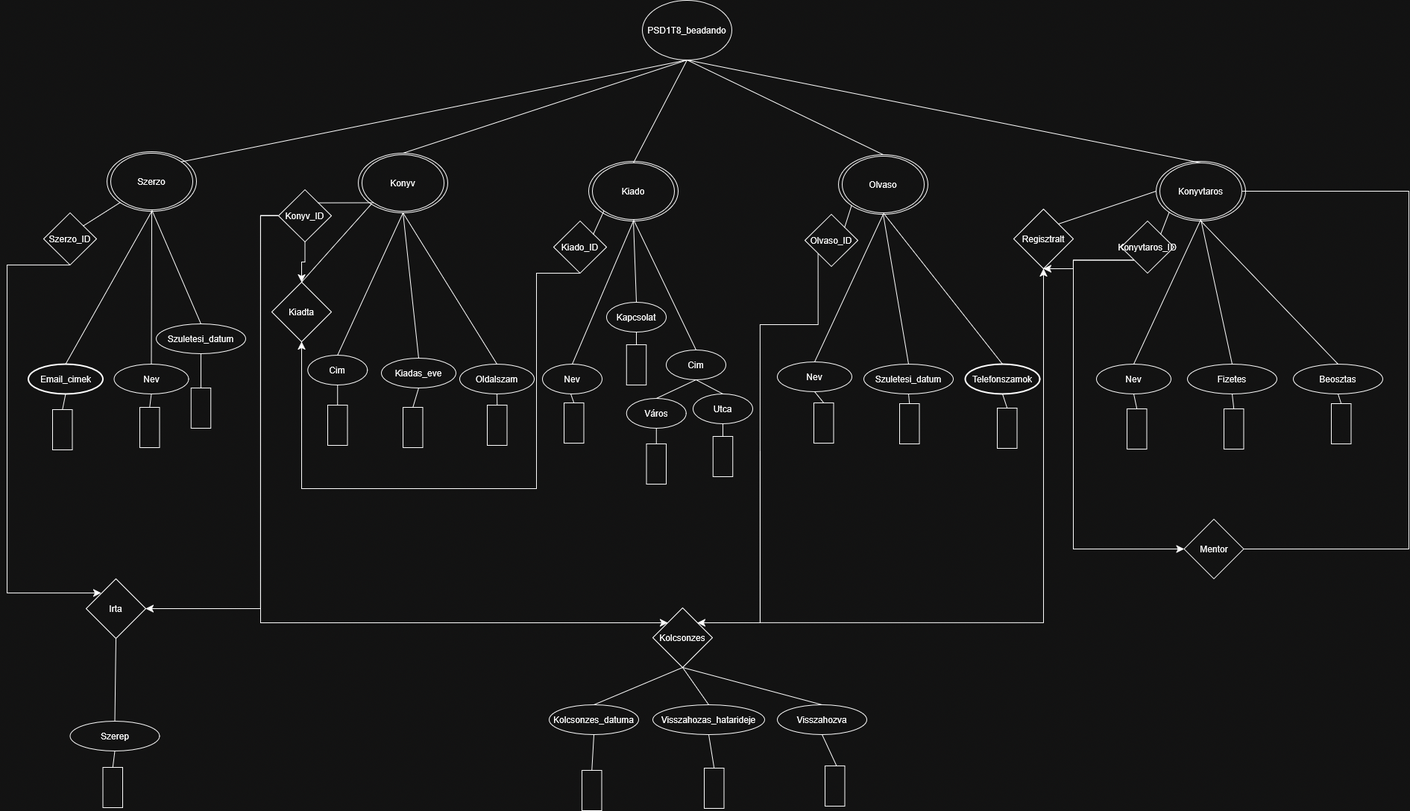
BucskoGabor/PSD1T8WebXML keeps this draw.io diagram as PSD1T8_XMLTask/PSD1T8_XDM.png. Above is the earlier version. Source tidied: cells renumbered, new cells last; positions are measured from the earlier drawing's top-left corner, leaving out a move shared by most shapes.
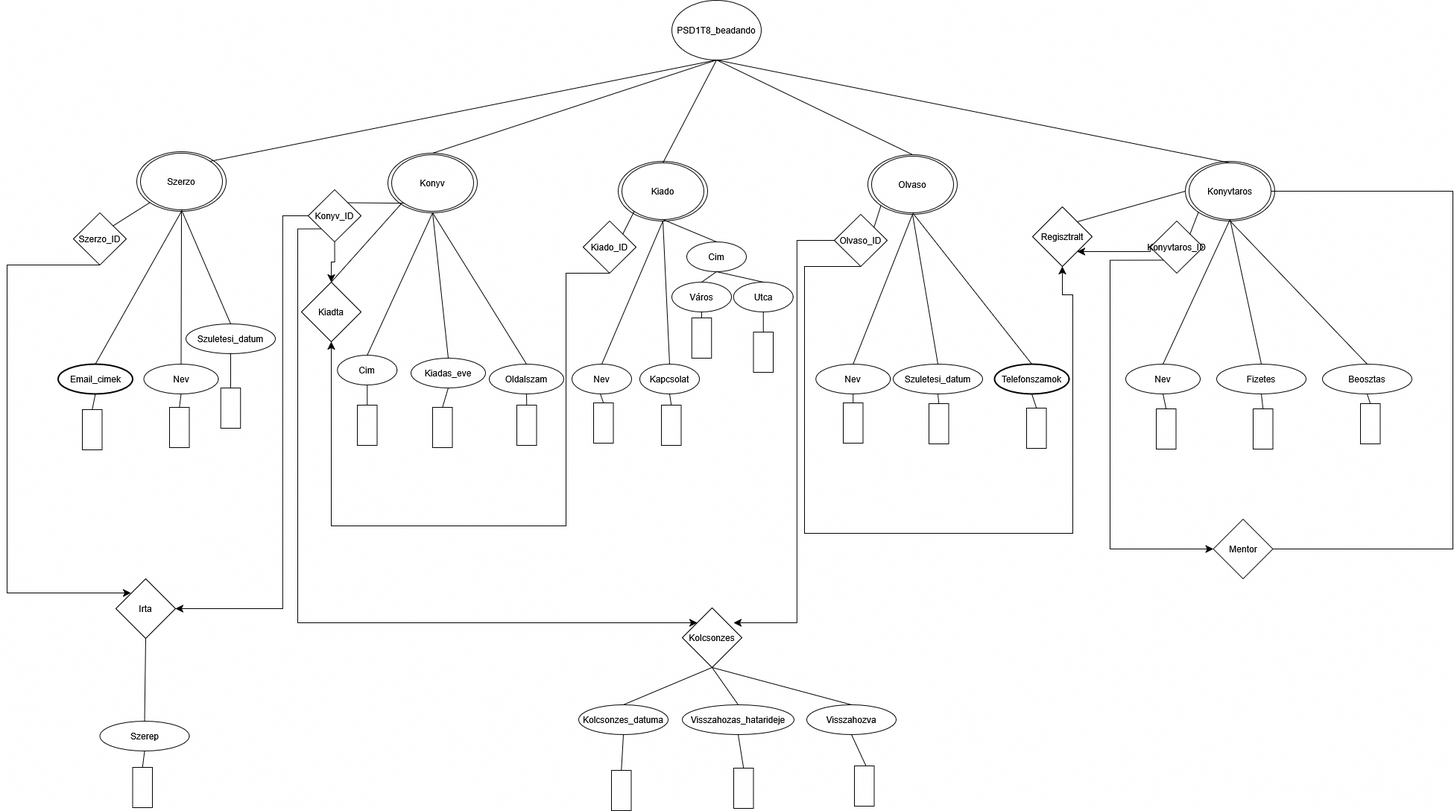
After the commit.

What changed in the source:
```diff
@@ -72,19 +72,19 @@
       <mxGeometry x="718" y="488" width="80" height="40" as="geometry" />
     </mxCell>
     <mxCell id="25" value="Kapcsolat" style="ellipse;whiteSpace=wrap;html=1;align=center;" parent="1" vertex="1">
-      <mxGeometry x="804" y="405" width="80" height="40" as="geometry" />
+      <mxGeometry x="809" y="488" width="80" height="40" as="geometry" />
     </mxCell>
     <mxCell id="26" value="Cim" style="ellipse;whiteSpace=wrap;html=1;align=center;" parent="1" vertex="1">
-      <mxGeometry x="884" y="469" width="80" height="40" as="geometry" />
+      <mxGeometry x="872" y="324" width="80" height="40" as="geometry" />
     </mxCell>
     <mxCell id="27" value="Város" style="ellipse;whiteSpace=wrap;html=1;align=center;" parent="1" vertex="1">
-      <mxGeometry x="830.8" y="534" width="80" height="40" as="geometry" />
+      <mxGeometry x="852" y="378" width="80" height="40" as="geometry" />
     </mxCell>
     <mxCell id="28" value="Utca" style="ellipse;whiteSpace=wrap;html=1;align=center;" parent="1" vertex="1">
-      <mxGeometry x="920" y="528" width="80" height="40" as="geometry" />
+      <mxGeometry x="934.8" y="378" width="80" height="40" as="geometry" />
     </mxCell>
     <mxCell id="29" value="Nev" style="ellipse;whiteSpace=wrap;html=1;align=center;" parent="1" vertex="1">
-      <mxGeometry x="1033" y="485" width="100" height="40" as="geometry" />
+      <mxGeometry x="1045.2" y="488" width="100" height="40" as="geometry" />
     </mxCell>
     <mxCell id="30" value="Szuletesi_datum" style="ellipse;whiteSpace=wrap;html=1;align=center;" parent="1" vertex="1">
       <mxGeometry x="1149" y="488" width="120" height="40" as="geometry" />
@@ -122,15 +122,15 @@
     <mxCell id="41" style="rounded=0;whiteSpace=wrap;html=1;" parent="1" vertex="1">
       <mxGeometry x="747" y="540" width="26.5" height="54" as="geometry" />
     </mxCell>
-    <mxCell id="42" style="rounded=0;whiteSpace=wrap;html=1;" parent="1" vertex="1">
-      <mxGeometry x="830.8" y="462" width="26.5" height="54" as="geometry" />
-    </mxCell>
-    <mxCell id="43" style="rounded=0;whiteSpace=wrap;html=1;" parent="1" vertex="1">
-      <mxGeometry x="857.5" y="595" width="26.5" height="54" as="geometry" />
-    </mxCell>
-    <mxCell id="44" style="rounded=0;whiteSpace=wrap;html=1;" parent="1" vertex="1">
-      <mxGeometry x="946.8" y="585" width="26.5" height="54" as="geometry" />
-    </mxCell>
+    <mxCell id="127" style="rounded=0;whiteSpace=wrap;html=1;" parent="1" vertex="1">
+      <mxGeometry x="838" y="543" width="26.5" height="54" as="geometry" />
+    </mxCell>
+    <mxCell id="128" style="rounded=0;whiteSpace=wrap;html=1;" parent="1" vertex="1">
+      <mxGeometry x="878.8" y="426" width="26.5" height="54" as="geometry" />
+    </mxCell>
+    <mxCell id="129" style="rounded=0;whiteSpace=wrap;html=1;" parent="1" vertex="1">
+      <mxGeometry x="961.5" y="445" width="26.5" height="54" as="geometry" />
+    </mxCell>
     <mxCell id="45" style="rounded=0;whiteSpace=wrap;html=1;" parent="1" vertex="1">
       <mxGeometry x="1082" y="540" width="26.5" height="54" as="geometry" />
     </mxCell>
@@ -182,15 +182,15 @@
     <mxCell id="61" style="endArrow=none;html=1;rounded=0;fontSize=12;startSize=8;endSize=8;curved=1;exitX=0.5;exitY=0;exitDx=0;exitDy=0;entryX=0.475;entryY=1;entryDx=0;entryDy=0;entryPerimeter=0;" parent="1" edge="1" source="41" target="24">
       <mxGeometry relative="1" as="geometry" />
     </mxCell>
-    <mxCell id="62" style="endArrow=none;html=1;rounded=0;fontSize=12;startSize=8;endSize=8;curved=1;exitX=0.5;exitY=0;exitDx=0;exitDy=0;entryX=0.5;entryY=1;entryDx=0;entryDy=0;" parent="1" edge="1" source="42" target="25">
-      <mxGeometry relative="1" as="geometry" />
-    </mxCell>
-    <mxCell id="63" style="endArrow=none;html=1;rounded=0;fontSize=12;startSize=8;endSize=8;curved=1;exitX=0.5;exitY=0;exitDx=0;exitDy=0;entryX=0.5;entryY=1;entryDx=0;entryDy=0;" parent="1" edge="1" source="43" target="27">
-      <mxGeometry relative="1" as="geometry" />
-    </mxCell>
-    <mxCell id="64" style="endArrow=none;html=1;rounded=0;fontSize=12;startSize=8;endSize=8;curved=1;exitX=0.5;exitY=0;exitDx=0;exitDy=0;entryX=0.5;entryY=1;entryDx=0;entryDy=0;" parent="1" edge="1" source="44" target="28">
-      <mxGeometry relative="1" as="geometry" />
-    </mxCell>
+    <mxCell id="130" style="endArrow=none;html=1;rounded=0;fontSize=12;startSize=8;endSize=8;curved=1;exitX=0.5;exitY=0;exitDx=0;exitDy=0;entryX=0.5;entryY=1;entryDx=0;entryDy=0;" parent="1" edge="1" source="127" target="25">
+      <mxGeometry relative="1" as="geometry" />
+    </mxCell>
+    <mxCell id="131" style="endArrow=none;html=1;rounded=0;fontSize=12;startSize=8;endSize=8;curved=1;exitX=0.5;exitY=0;exitDx=0;exitDy=0;entryX=0.5;entryY=1;entryDx=0;entryDy=0;" parent="1" edge="1" source="128" target="27">
+      <mxGeometry relative="1" as="geometry" />
+    </mxCell>
+    <mxCell id="132" style="endArrow=none;html=1;rounded=0;fontSize=12;startSize=8;endSize=8;curved=1;exitX=0.5;exitY=0;exitDx=0;exitDy=0;entryX=0.5;entryY=1;entryDx=0;entryDy=0;" parent="1" edge="1" source="129" target="28">
+      <mxGeometry relative="1" as="geometry" />
+    </mxCell>
     <mxCell id="65" style="endArrow=none;html=1;rounded=0;fontSize=12;startSize=8;endSize=8;curved=1;exitX=0.5;exitY=0;exitDx=0;exitDy=0;entryX=0.5;entryY=1;entryDx=0;entryDy=0;" parent="1" edge="1" source="28" target="26">
       <mxGeometry relative="1" as="geometry" />
     </mxCell>
@@ -291,8 +291,8 @@
       <mxGeometry relative="1" as="geometry">
         <Array as="points">
           <mxPoint x="710" y="366" />
-          <mxPoint x="710" y="655" />
-          <mxPoint x="395" y="655" />
+          <mxPoint x="710" y="705" />
+          <mxPoint x="395" y="705" />
         </Array>
       </mxGeometry>
     </mxCell>
@@ -302,16 +302,16 @@
     <mxCell id="99" style="endArrow=classic;html=1;rounded=0;fontSize=12;startSize=8;endSize=8;exitX=0;exitY=0.5;exitDx=0;exitDy=0;entryX=1;entryY=0.5;entryDx=0;entryDy=0;edgeStyle=orthogonalEdgeStyle;" parent="1" edge="1" source="14" target="98">
       <mxGeometry relative="1" as="geometry">
         <Array as="points">
-          <mxPoint x="340" y="289" />
-          <mxPoint x="340" y="816" />
+          <mxPoint x="330" y="289" />
+          <mxPoint x="330" y="816" />
         </Array>
       </mxGeometry>
     </mxCell>
     <mxCell id="100" style="endArrow=classic;html=1;rounded=0;fontSize=12;startSize=8;endSize=8;exitX=0.5;exitY=1;exitDx=0;exitDy=0;entryX=0;entryY=0;entryDx=0;entryDy=0;edgeStyle=orthogonalEdgeStyle;" parent="1" edge="1" source="13" target="98">
       <mxGeometry relative="1" as="geometry">
         <Array as="points">
-          <mxPoint y="355" />
-          <mxPoint y="795" />
+          <mxPoint x="-40" y="355" />
+          <mxPoint x="-40" y="795" />
         </Array>
       </mxGeometry>
     </mxCell>
@@ -348,23 +348,23 @@
     <mxCell id="111" style="endArrow=none;html=1;rounded=0;fontSize=12;startSize=8;endSize=8;curved=1;exitX=0.5;exitY=0;exitDx=0;exitDy=0;entryX=0.5;entryY=1;entryDx=0;entryDy=0;" parent="1" edge="1" source="108" target="105">
       <mxGeometry relative="1" as="geometry" />
     </mxCell>
-    <mxCell id="112" style="endArrow=classic;html=1;rounded=0;fontSize=12;startSize=8;endSize=8;exitX=-0.002;exitY=0.493;exitDx=0;exitDy=0;entryX=0;entryY=0;entryDx=0;entryDy=0;edgeStyle=orthogonalEdgeStyle;exitPerimeter=0;" parent="1" edge="1" source="14" target="105">
+    <mxCell id="112" style="endArrow=classic;html=1;rounded=0;fontSize=12;startSize=8;endSize=8;exitX=0;exitY=1;exitDx=0;exitDy=0;entryX=0;entryY=0;entryDx=0;entryDy=0;edgeStyle=orthogonalEdgeStyle;" parent="1" edge="1" source="14" target="105">
       <mxGeometry relative="1" as="geometry">
         <Array as="points">
-          <mxPoint x="340" y="289" />
-          <mxPoint x="340" y="835" />
+          <mxPoint x="350" y="307" />
+          <mxPoint x="350" y="835" />
         </Array>
       </mxGeometry>
     </mxCell>
-    <mxCell id="113" style="endArrow=classic;html=1;rounded=0;fontSize=12;startSize=8;endSize=8;exitX=0;exitY=1;exitDx=0;exitDy=0;entryX=1;entryY=0;entryDx=0;entryDy=0;edgeStyle=orthogonalEdgeStyle;" parent="1" edge="1" source="16" target="105">
-      <mxGeometry relative="1" as="geometry">
-        <Array as="points">
-          <mxPoint x="1088" y="435" />
-          <mxPoint x="1010" y="435" />
-          <mxPoint x="1010" y="835" />
-        </Array>
-      </mxGeometry>
-    </mxCell>
+    <mxCell id="133" style="endArrow=classic;html=1;rounded=0;fontSize=12;startSize=8;endSize=8;exitX=0;exitY=0.5;exitDx=0;exitDy=0;entryX=1;entryY=0;entryDx=0;entryDy=0;edgeStyle=orthogonalEdgeStyle;" parent="1" edge="1" source="16">
+      <mxGeometry relative="1" as="geometry">
+        <mxPoint x="935" y="835" as="targetPoint" />
+        <Array as="points">
+          <mxPoint x="1020" y="322" />
+          <mxPoint x="1020" y="835" />
+        </Array>
+      </mxGeometry>
+    </mxCell>
     <mxCell id="114" style="rounded=0;whiteSpace=wrap;html=1;" parent="1" vertex="1">
       <mxGeometry x="771" y="1033" width="26.5" height="54" as="geometry" />
     </mxCell>
@@ -380,31 +380,29 @@
     <mxCell id="118" style="endArrow=none;html=1;rounded=0;fontSize=12;startSize=8;endSize=8;curved=1;exitX=0.5;exitY=0;exitDx=0;exitDy=0;entryX=0.5;entryY=1;entryDx=0;entryDy=0;" parent="1" edge="1" source="114" target="106">
       <mxGeometry relative="1" as="geometry" />
     </mxCell>
-    <mxCell id="119" style="endArrow=none;html=1;rounded=0;fontSize=12;startSize=8;endSize=8;curved=1;entryX=0.5;entryY=1;entryDx=0;entryDy=0;" parent="1" edge="1" target="108">
-      <mxGeometry relative="1" as="geometry">
-        <mxPoint x="1112" y="1026" as="sourcePoint" />
-      </mxGeometry>
-    </mxCell>
+    <mxCell id="134" style="endArrow=none;html=1;rounded=0;fontSize=12;startSize=8;endSize=8;curved=1;entryX=0.5;entryY=1;entryDx=0;entryDy=0;" parent="1" edge="1" target="108">
+      <mxGeometry relative="1" as="geometry">
+        <mxPoint x="1112" y="1026" as="sourcePoint" />
+      </mxGeometry>
+    </mxCell>
     <mxCell id="120" value="Regisztralt" style="rhombus;whiteSpace=wrap;html=1;" parent="1" vertex="1">
-      <mxGeometry x="1350" y="280" width="80" height="80" as="geometry" />
+      <mxGeometry x="1336" y="277" width="80" height="80" as="geometry" />
     </mxCell>
-    <mxCell id="121" style="endArrow=classic;html=1;rounded=0;fontSize=12;startSize=8;endSize=8;entryX=0.5;entryY=1;entryDx=0;entryDy=0;edgeStyle=orthogonalEdgeStyle;" parent="1" edge="1" target="120">
-      <mxGeometry relative="1" as="geometry">
-        <mxPoint x="1010" y="605" as="sourcePoint" />
-        <Array as="points">
-          <mxPoint x="1010" y="605" />
-          <mxPoint x="1010" y="835" />
-          <mxPoint x="1390" y="835" />
-          <mxPoint x="1390" y="405" />
-          <mxPoint x="1376" y="405" />
-        </Array>
-      </mxGeometry>
-    </mxCell>
+    <mxCell id="135" style="endArrow=classic;html=1;rounded=0;fontSize=12;startSize=8;endSize=8;entryX=0.5;entryY=1;entryDx=0;entryDy=0;edgeStyle=orthogonalEdgeStyle;exitX=0.5;exitY=1;exitDx=0;exitDy=0;" parent="1" edge="1" source="16" target="120">
+      <mxGeometry relative="1" as="geometry">
+        <Array as="points">
+          <mxPoint x="1030" y="357" />
+          <mxPoint x="1030" y="715" />
+          <mxPoint x="1390" y="715" />
+          <mxPoint x="1390" y="395" />
+          <mxPoint x="1376" y="395" />
+        </Array>
+      </mxGeometry>
+    </mxCell>
-    <mxCell id="122" style="endArrow=classic;html=1;rounded=0;fontSize=12;startSize=8;endSize=8;exitX=0;exitY=1;exitDx=0;exitDy=0;entryX=0.5;entryY=1;entryDx=0;entryDy=0;edgeStyle=orthogonalEdgeStyle;" parent="1" edge="1" source="17" target="120">
+    <mxCell id="122" style="endArrow=classic;html=1;rounded=0;fontSize=12;startSize=8;endSize=8;exitX=0;exitY=0.5;exitDx=0;exitDy=0;entryX=1;entryY=1;entryDx=0;entryDy=0;edgeStyle=orthogonalEdgeStyle;" parent="1" edge="1" source="17" target="120">
       <mxGeometry relative="1" as="geometry">
         <Array as="points">
-          <mxPoint x="1430" y="349" />
-          <mxPoint x="1430" y="360" />
+          <mxPoint x="1494" y="337" />
         </Array>
       </mxGeometry>
     </mxCell>
@@ -417,16 +415,16 @@
     <mxCell id="125" style="endArrow=classic;html=1;rounded=0;fontSize=12;startSize=8;endSize=8;exitX=0;exitY=1;exitDx=0;exitDy=0;entryX=0;entryY=0.5;entryDx=0;entryDy=0;edgeStyle=orthogonalEdgeStyle;" parent="1" edge="1" source="17" target="124">
       <mxGeometry relative="1" as="geometry">
         <Array as="points">
-          <mxPoint x="1430" y="349" />
-          <mxPoint x="1430" y="736" />
+          <mxPoint x="1440" y="349" />
+          <mxPoint x="1440" y="736" />
         </Array>
       </mxGeometry>
     </mxCell>
     <mxCell id="126" style="endArrow=none;html=1;rounded=0;fontSize=12;startSize=8;endSize=8;exitX=1;exitY=0.5;exitDx=0;exitDy=0;entryX=1;entryY=0.5;entryDx=0;entryDy=0;edgeStyle=orthogonalEdgeStyle;" parent="1" edge="1" source="124" target="12">
       <mxGeometry relative="1" as="geometry">
         <Array as="points">
-          <mxPoint x="1880" y="736" />
-          <mxPoint x="1880" y="256" />
+          <mxPoint x="1900" y="736" />
+          <mxPoint x="1900" y="256" />
         </Array>
       </mxGeometry>
     </mxCell>
```
